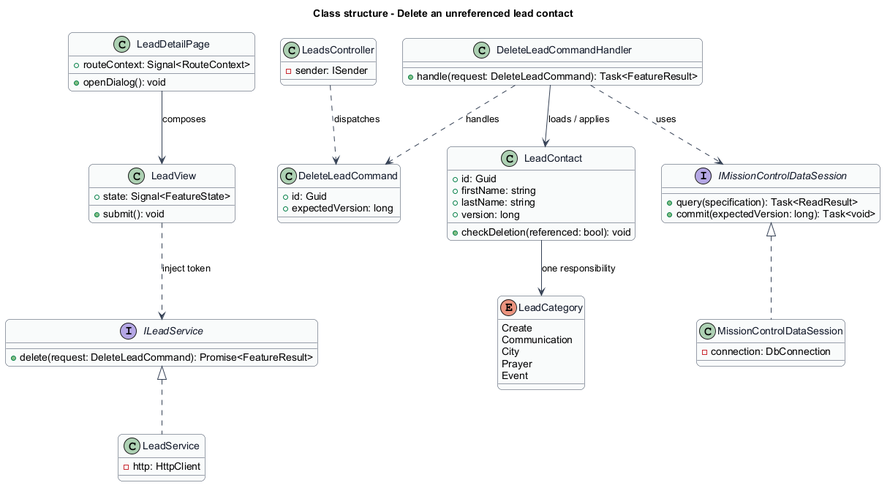
QuinntyneBrown/mission-control keeps this PlantUML diagram as docs/detailed-designs/leads/delete-contact/diagrams/class-structure.png. Above is the earlier version.
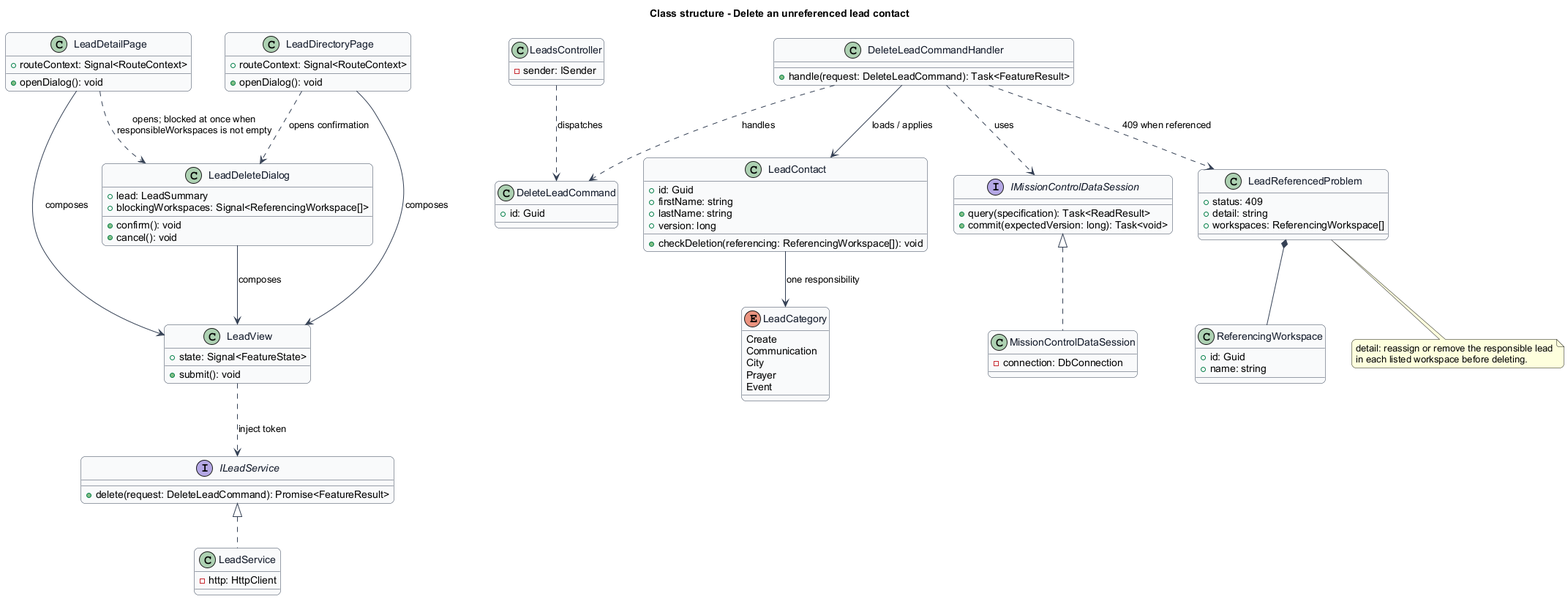
The same file after the commit.

Change to the diagram source:
```diff
@@ -23,6 +23,16 @@
   +routeContext: Signal<RouteContext>
   +openDialog(): void
 }
+class LeadDirectoryPage {
+  +routeContext: Signal<RouteContext>
+  +openDialog(): void
+}
+class LeadDeleteDialog {
+  +lead: LeadSummary
+  +blockingWorkspaces: Signal<ReferencingWorkspace[]>
+  +confirm(): void
+  +cancel(): void
+}
 class LeadView {
   +state: Signal<FeatureState>
   +submit(): void
@@ -41,7 +51,7 @@
   +firstName: string
   +lastName: string
   +version: long
-  +checkDeletion(referenced: bool): void
+  +checkDeletion(referencing: ReferencingWorkspace[]): void
 }
 interface IMissionControlDataSession {
   +query(specification): Task<ReadResult>
@@ -51,19 +61,37 @@
   -connection: DbConnection
 }
 LeadDetailPage --> LeadView : composes
+LeadDirectoryPage --> LeadView : composes
+LeadDetailPage ..> LeadDeleteDialog : opens; blocked at once when\nresponsibleWorkspaces is not empty
+LeadDirectoryPage ..> LeadDeleteDialog : opens confirmation
+LeadDeleteDialog --> LeadView : composes
 LeadView ..> ILeadService : inject token
 ILeadService <|.. LeadService
 IMissionControlDataSession <|.. MissionControlDataSession
 class DeleteLeadCommand {
   +id: Guid
-  +expectedVersion: long
 }
 class DeleteLeadCommandHandler {
   +handle(request: DeleteLeadCommand): Task<FeatureResult>
 }
+class ReferencingWorkspace {
+  +id: Guid
+  +name: string
+}
+class LeadReferencedProblem {
+  +status: 409
+  +detail: string
+  +workspaces: ReferencingWorkspace[]
+}
+note bottom of LeadReferencedProblem
+  detail: reassign or remove the responsible lead
+  in each listed workspace before deleting.
+end note
+LeadReferencedProblem *-- ReferencingWorkspace
 LeadsController ..> DeleteLeadCommand : dispatches
 DeleteLeadCommandHandler ..> DeleteLeadCommand : handles
 DeleteLeadCommandHandler --> LeadContact : loads / applies
+DeleteLeadCommandHandler ..> LeadReferencedProblem : 409 when referenced
 DeleteLeadCommandHandler ..> IMissionControlDataSession : uses
 
 enum LeadCategory {
```
